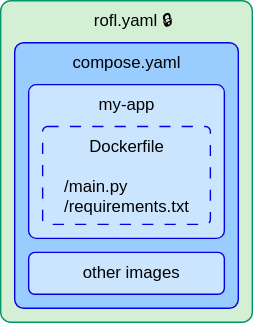
This is docs/rofl/images/rofl-compose-app-wrap.svg from oasisprotocol/oasis-sdk, a draw.io export, as it was before one commit. Source tidied: cells renumbered, new cells last; positions are measured from the earlier drawing's top-left corner, leaving out a move shared by most shapes.
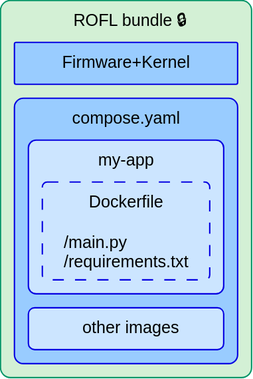
The same file after the commit.

Change to the diagram source:
```diff
@@ -2,8 +2,8 @@
   <root>
     <mxCell id="0" />
     <mxCell id="1" parent="0" />
-    <mxCell id="2" value="&lt;font&gt;&amp;nbsp; &amp;nbsp;rofl.yaml 🔒&lt;/font&gt;" style="rounded=1;whiteSpace=wrap;html=1;verticalAlign=top;fillColor=light-dark(#D3F0D5,#063F16);strokeColor=light-dark(#069668,#34D399);fontFamily=Tahoma, Verdana, Segoe, sans-serif;arcSize=4;" parent="1" vertex="1">
-      <mxGeometry width="180" height="230" as="geometry" />
+    <mxCell id="2" value="&lt;font&gt;&amp;nbsp; ROFL bundle 🔒&lt;/font&gt;" style="rounded=1;whiteSpace=wrap;html=1;verticalAlign=top;fillColor=light-dark(#D3F0D5,#063F16);strokeColor=light-dark(#069668,#34D399);fontFamily=Tahoma, Verdana, Segoe, sans-serif;arcSize=4;" parent="1" vertex="1">
+      <mxGeometry y="-40" width="180" height="270" as="geometry" />
     </mxCell>
     <mxCell id="3" value="&lt;font&gt;compose.yaml&lt;/font&gt;" style="rounded=1;whiteSpace=wrap;html=1;verticalAlign=top;fillColor=light-dark(#99CCFF,#003333);strokeColor=light-dark(#0500E1,#03FFFF);fontFamily=Tahoma, Verdana, Segoe, sans-serif;arcSize=4;" parent="1" vertex="1">
       <mxGeometry x="10" y="30" width="160" height="190" as="geometry" />
@@ -17,5 +17,8 @@
     <mxCell id="6" value="&lt;div align=&quot;center&quot;&gt;&lt;font&gt;Dockerfile&lt;/font&gt;&lt;/div&gt;&lt;div align=&quot;center&quot;&gt;&lt;font&gt;&lt;br&gt;&lt;/font&gt;&lt;/div&gt;&lt;div align=&quot;left&quot;&gt;&lt;font&gt;/main.py&lt;/font&gt;&lt;/div&gt;&lt;div align=&quot;left&quot;&gt;&lt;font&gt;/requirements.txt&lt;/font&gt;&lt;/div&gt;" style="rounded=1;whiteSpace=wrap;html=1;fillColor=#cce5ff;strokeColor=light-dark(#0500E1,#03FFFF);verticalAlign=middle;dashed=1;dashPattern=8 8;fontFamily=Tahoma, Verdana, Segoe, sans-serif;arcSize=5;" parent="1" vertex="1">
       <mxGeometry x="30" y="90" width="120" height="70" as="geometry" />
     </mxCell>
+    <mxCell id="7" value="Firmware+Kernel" style="rounded=1;whiteSpace=wrap;html=1;verticalAlign=top;fillColor=light-dark(#99CCFF,#003333);strokeColor=light-dark(#0500E1,#03FFFF);fontFamily=Tahoma, Verdana, Segoe, sans-serif;arcSize=4;" parent="1" vertex="1">
+      <mxGeometry x="10" y="-10" width="160" height="30" as="geometry" />
+    </mxCell>
   </root>
 </mxGraphModel>
```
